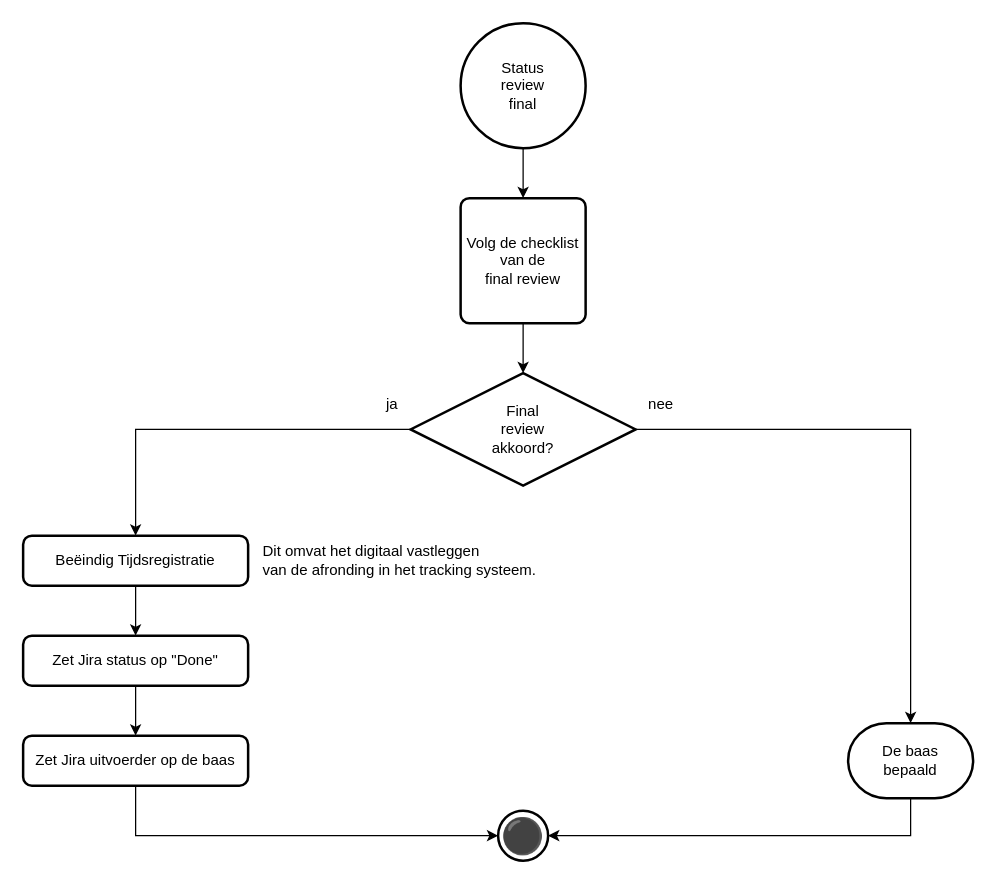
The draw.io diagram 3 Issue Tracker review.drawio in Zaibatsu89/IssueTracker, before the edit. Source tidied: cells renumbered, new cells numbered last; positions are measured from the earlier drawing's top-left corner, leaving out a move shared by most shapes. Both pictures are drawn from the tidied source at 125%, with x=0, y=0 at pixel (22, 22).
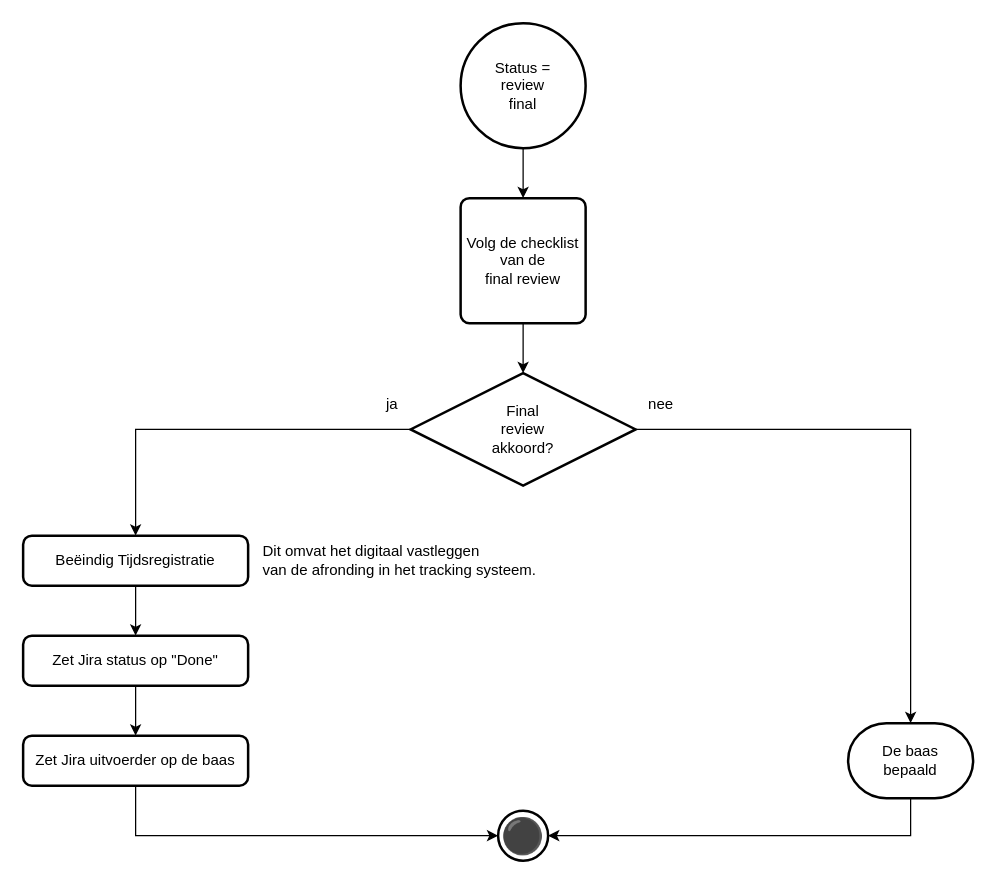
The same diagram, later.

Commit message (it also covers changes not shown here):
Vervang “Status {naam Jira-status}” door “Status = {naam Jira-status}”-actie in flowcharts

Diff of the diagram source:
```diff
@@
-    <mxCell id="3" value="Status&lt;br&gt;review&lt;br&gt;final" style="strokeWidth=2;html=1;shape=mxgraph.flowchart.start_2;whiteSpace=wrap;" parent="1" vertex="1">
+    <mxCell id="3" value="Status =&lt;br&gt;review&lt;br&gt;final" style="strokeWidth=2;html=1;shape=mxgraph.flowchart.start_2;whiteSpace=wrap;" parent="1" vertex="1">
       <mxGeometry x="350" width="100" height="100" as="geometry" />
     </mxCell>
```
